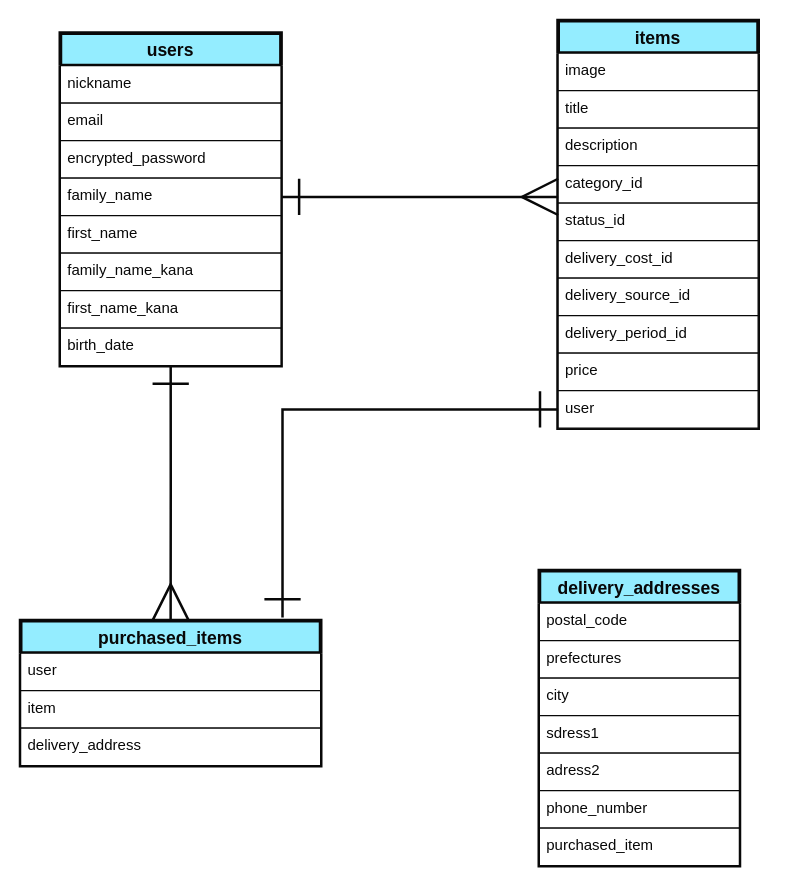
This is furima-34510.dio from sk918/furima-34510, a draw.io file, before an edit. Source tidied: cells renumbered, new cells numbered last; positions are measured from the earlier drawing's top-left corner, leaving out a move shared by most shapes. Both pictures are drawn from the tidied source at 125%, with x=0, y=0 at pixel (20, 20).
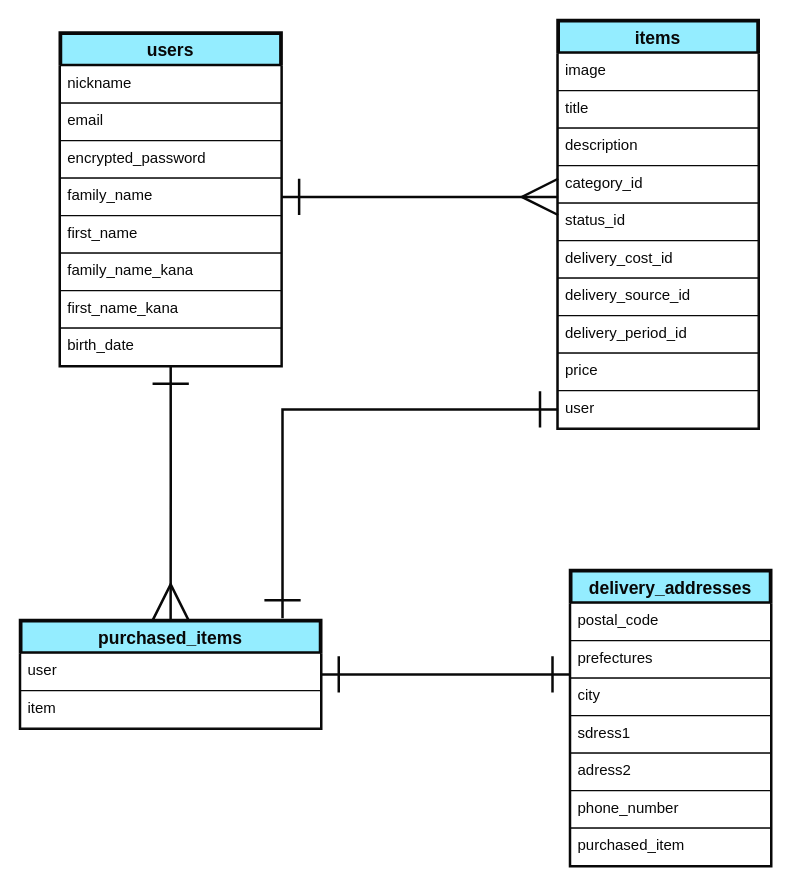
After the change.

Commit message (it also covers changes not shown here):
レビュー修正②

Change to the diagram source:
```diff
@@
+    <mxCell id="37" style="edgeStyle=orthogonalEdgeStyle;rounded=0;jettySize=auto;html=1;exitX=1;exitY=0.5;exitDx=0;exitDy=0;labelBackgroundColor=#080808;startArrow=ERone;startFill=0;startSize=26;endArrow=ERone;endFill=0;endSize=26;strokeColor=#080808;strokeWidth=2;fontSize=14;fontColor=#080808;" parent="1" edge="1" source="2">
+      <mxGeometry relative="1" as="geometry">
+        <mxPoint x="440" y="523" as="targetPoint" />
+      </mxGeometry>
+    </mxCell>
     <mxCell id="2" value="purchased_items" style="swimlane;fontStyle=1;horizontal=1;startSize=26;align=center;fontSize=14;strokeWidth=3;strokeColor=#080808;fontColor=#080808;fillColor=#94EDFF;" parent="1" vertex="1">
-      <mxGeometry y="480" width="240" height="116" as="geometry" />
+      <mxGeometry y="480" width="240" height="86" as="geometry" />
     </mxCell>
@@
-    <mxCell id="5" value="delivery_address" style="text;spacingLeft=4;spacingRight=4;overflow=hidden;fontSize=12;fontColor=#080808;strokeColor=#080808;fillColor=#FFFFFF;fontStyle=0;" parent="2" vertex="1">
-      <mxGeometry y="86" width="240" height="30" as="geometry" />
-    </mxCell>
@@
     <mxCell id="27" value="delivery_addresses" style="swimlane;fontStyle=1;horizontal=1;startSize=26;align=center;fontSize=14;labelBackgroundColor=none;strokeColor=#080808;strokeWidth=3;fillColor=#94EDFF;fontColor=#080808;" parent="1" vertex="1">
-      <mxGeometry x="415" y="440" width="160" height="236" as="geometry" />
+      <mxGeometry x="440" y="440" width="160" height="236" as="geometry" />
     </mxCell>
```
